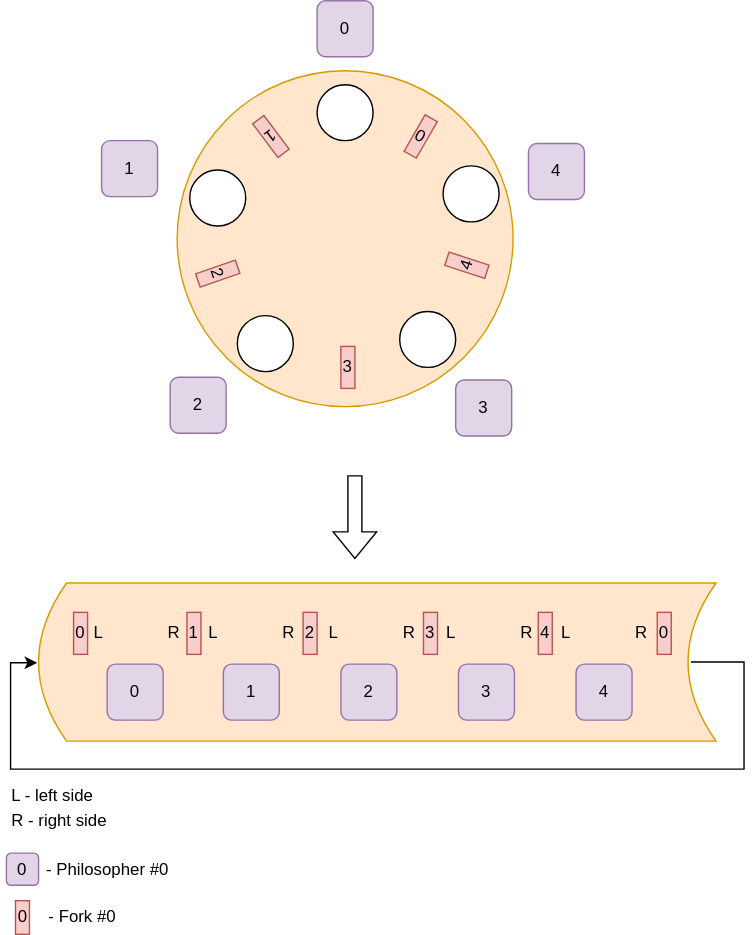
Before: draw.svg, a diagram exported from draw.io (Olegt0rr/Foolosophy). Source tidied: cells renumbered, new cells last; positions are measured from the earlier drawing's top-left corner, leaving out a move shared by most shapes.
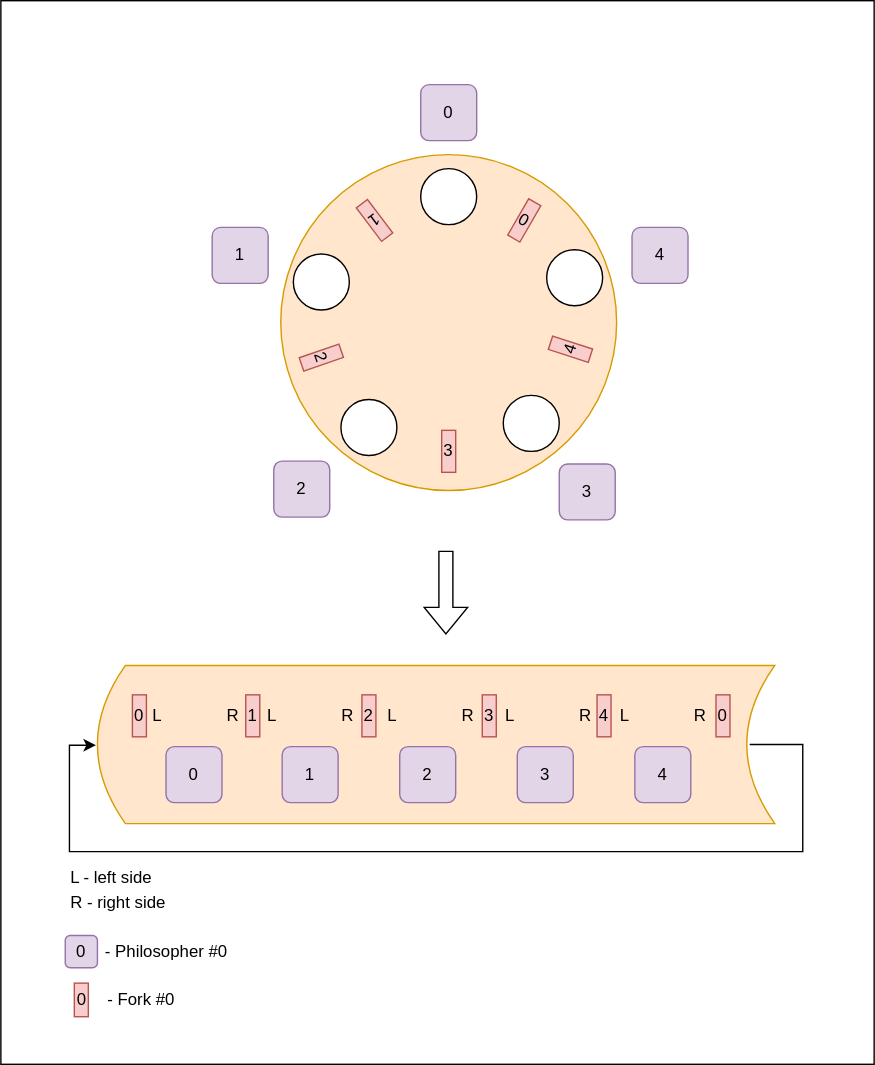
Later version of the same file.

The edit, as a diff of the source:
```diff
@@ -2,6 +2,9 @@
   <root>
     <mxCell id="0" />
     <mxCell id="1" parent="0" />
+    <mxCell id="59" style="rounded=0;whiteSpace=wrap;html=1;labelBackgroundColor=#994C00;align=left;" parent="1" vertex="1">
+      <mxGeometry x="-46" y="-59" width="624" height="760" as="geometry" />
+    </mxCell>
     <mxCell id="2" style="edgeStyle=orthogonalEdgeStyle;rounded=0;jettySize=auto;html=1;exitX=0.963;exitY=0.5;exitDx=0;exitDy=0;exitPerimeter=0;" parent="1" edge="1" source="3">
       <mxGeometry relative="1" as="geometry">
         <mxPoint x="22" y="473" as="targetPoint" />
@@ -18,8 +21,8 @@
     </mxCell>
     <mxCell id="4" style="shape=flexArrow;endArrow=classic;html=1;rounded=0;" parent="1" edge="1">
       <mxGeometry relative="1" as="geometry">
-        <mxPoint x="249" y="339" as="sourcePoint" />
-        <mxPoint x="249" y="399" as="targetPoint" />
+        <mxPoint x="272" y="334" as="sourcePoint" />
+        <mxPoint x="272" y="394" as="targetPoint" />
       </mxGeometry>
     </mxCell>
     <mxCell id="5" style="group;" parent="1" vertex="1">
@@ -122,7 +125,7 @@
       <mxGeometry x="54" width="12" height="18" as="geometry" />
     </mxCell>
     <mxCell id="38" style="group;" parent="1" vertex="1">
-      <mxGeometry x="68" width="345" height="311" as="geometry" />
+      <mxGeometry x="100" y="1" width="345" height="311" as="geometry" />
     </mxCell>
     <mxCell id="39" style="ellipse;whiteSpace=wrap;html=1;fillColor=#ffe6cc;strokeColor=#d79b00;" parent="38" vertex="1">
       <mxGeometry x="54" y="50" width="240" height="240" as="geometry" />
@@ -131,7 +134,7 @@
       <mxGeometry x="154" width="40" height="40" as="geometry" />
     </mxCell>
     <mxCell id="41" value="1" style="rounded=1;whiteSpace=wrap;html=1;fillColor=#e1d5e7;strokeColor=#9673a6;" parent="38" vertex="1">
-      <mxGeometry y="100" width="40" height="40" as="geometry" />
+      <mxGeometry x="5" y="102" width="40" height="40" as="geometry" />
     </mxCell>
     <mxCell id="42" value="4" style="rounded=1;whiteSpace=wrap;html=1;fillColor=#e1d5e7;strokeColor=#9673a6;" parent="38" vertex="1">
       <mxGeometry x="305" y="102" width="40" height="40" as="geometry" />
@@ -158,7 +161,7 @@
       <mxGeometry x="63" y="121" width="40" height="40" as="geometry" />
     </mxCell>
     <mxCell id="50" value="3" style="rounded=0;whiteSpace=wrap;html=1;fillColor=#f8cecc;strokeColor=#b85450;" parent="38" vertex="1">
-      <mxGeometry x="171" y="247" width="10" height="30" as="geometry" />
+      <mxGeometry x="169" y="247" width="10" height="30" as="geometry" />
     </mxCell>
     <mxCell id="51" value="0" style="rounded=0;whiteSpace=wrap;html=1;rotation=30;fillColor=#f8cecc;strokeColor=#b85450;" parent="38" vertex="1">
       <mxGeometry x="223" y="82" width="10" height="30" as="geometry" />
```
